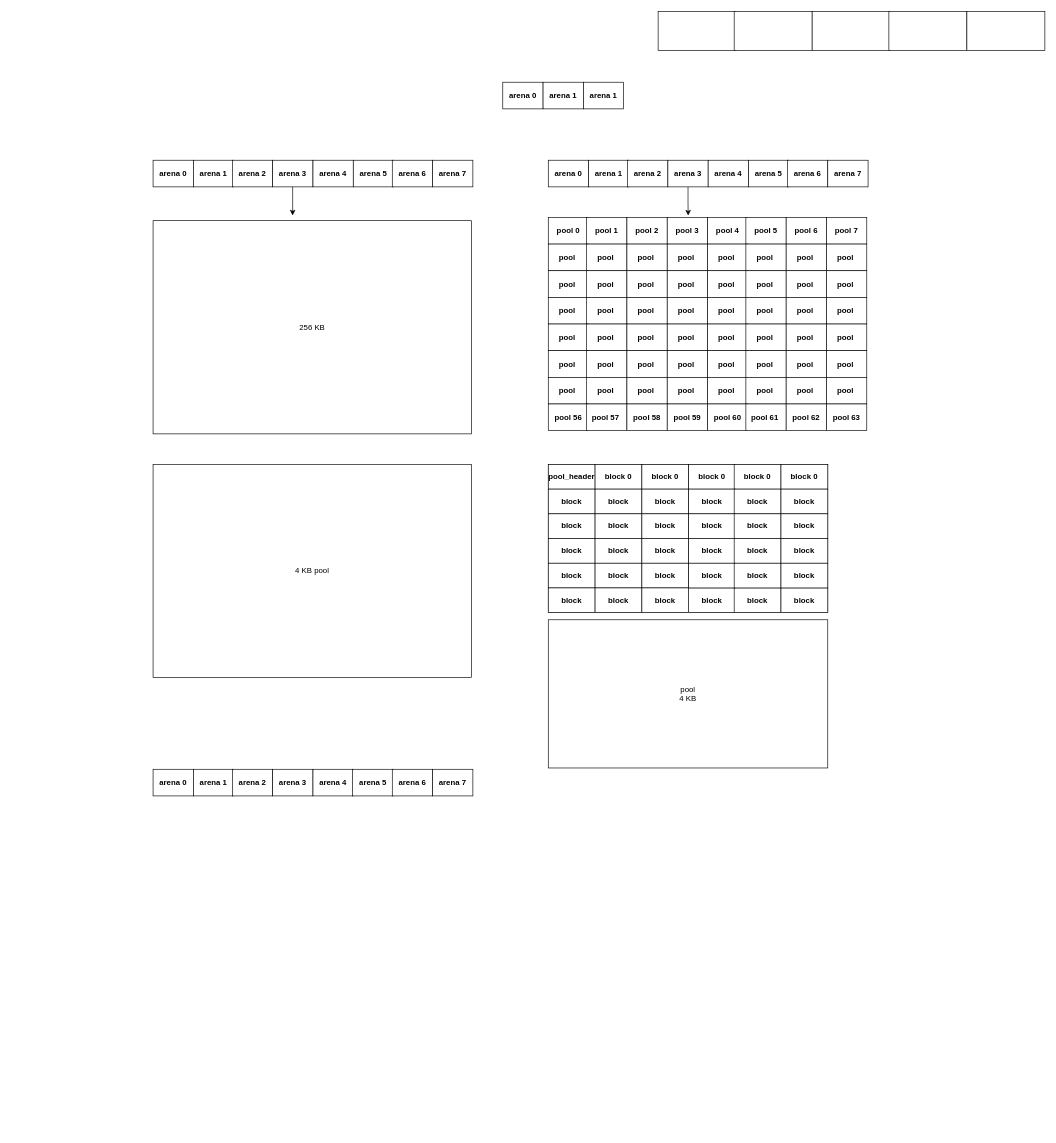
Before: maze.drawio in prim/git, a draw.io diagram. Source tidied: cells renumbered, new cells numbered last; positions are measured from the earlier drawing's top-left corner, leaving out a move shared by most shapes. Both pictures are drawn from the tidied source at 65%, with x=0, y=0 at pixel (153, 11).
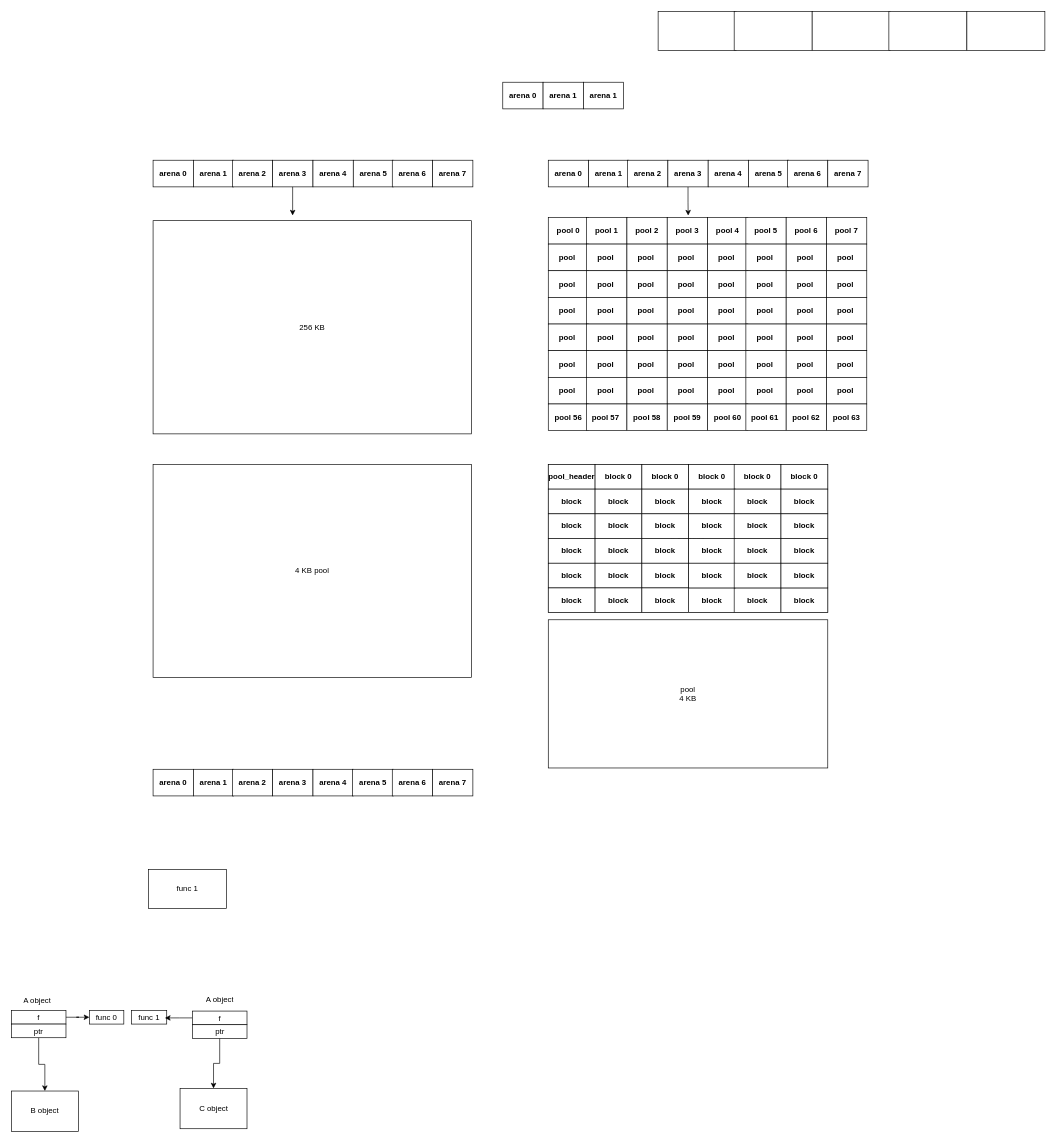
Above is the later version.

Change to the diagram source:
```diff
@@
+    <mxCell id="140" value="func 1" style="rounded=0;whiteSpace=wrap;html=1;" parent="1" vertex="1">
+      <mxGeometry x="-7" y="1320" width="120" height="60" as="geometry" />
+    </mxCell>
+    <mxCell id="141" value="B object" style="rounded=0;whiteSpace=wrap;html=1;" parent="1" vertex="1">
+      <mxGeometry x="-218" y="1661" width="103" height="62" as="geometry" />
+    </mxCell>
+    <mxCell id="142" style="edgeStyle=orthogonalEdgeStyle;rounded=0;jettySize=auto;html=1;" parent="1" edge="1" source="143" target="144">
+      <mxGeometry relative="1" as="geometry" />
+    </mxCell>
+    <mxCell id="143" value="f" style="rounded=0;whiteSpace=wrap;html=1;" parent="1" vertex="1">
+      <mxGeometry x="-218" y="1537" width="84" height="21" as="geometry" />
+    </mxCell>
+    <mxCell id="144" value="func 0" style="rounded=0;whiteSpace=wrap;html=1;" parent="1" vertex="1">
+      <mxGeometry x="-98" y="1537" width="53" height="21" as="geometry" />
+    </mxCell>
+    <mxCell id="145" value="func 1" style="rounded=0;whiteSpace=wrap;html=1;" parent="1" vertex="1">
+      <mxGeometry x="-33" y="1537" width="54" height="21" as="geometry" />
+    </mxCell>
+    <mxCell id="146" style="edgeStyle=orthogonalEdgeStyle;rounded=0;jettySize=auto;html=1;entryX=0.5;entryY=0;entryDx=0;entryDy=0;" parent="1" edge="1" source="147" target="141">
+      <mxGeometry relative="1" as="geometry" />
+    </mxCell>
+    <mxCell id="147" value="ptr" style="rounded=0;whiteSpace=wrap;html=1;" parent="1" vertex="1">
+      <mxGeometry x="-218" y="1558" width="84" height="21" as="geometry" />
+    </mxCell>
+    <mxCell id="148" value="C object" style="rounded=0;whiteSpace=wrap;html=1;" parent="1" vertex="1">
+      <mxGeometry x="41.5" y="1657" width="103" height="62" as="geometry" />
+    </mxCell>
+    <mxCell id="149" style="edgeStyle=orthogonalEdgeStyle;rounded=0;jettySize=auto;html=1;entryX=0.948;entryY=0.548;entryDx=0;entryDy=0;entryPerimeter=0;" parent="1" edge="1" source="150" target="145">
+      <mxGeometry relative="1" as="geometry" />
+    </mxCell>
+    <mxCell id="150" value="f" style="rounded=0;whiteSpace=wrap;html=1;" parent="1" vertex="1">
+      <mxGeometry x="60.5" y="1538" width="84" height="21" as="geometry" />
+    </mxCell>
+    <mxCell id="151" style="edgeStyle=orthogonalEdgeStyle;rounded=0;jettySize=auto;html=1;" parent="1" edge="1" source="152" target="148">
+      <mxGeometry relative="1" as="geometry" />
+    </mxCell>
+    <mxCell id="152" value="ptr" style="rounded=0;whiteSpace=wrap;html=1;" parent="1" vertex="1">
+      <mxGeometry x="60.5" y="1559" width="84" height="21" as="geometry" />
+    </mxCell>
+    <mxCell id="153" value="A object" style="text;html=1;strokeColor=none;fillColor=none;align=center;verticalAlign=middle;whiteSpace=wrap;overflow=hidden;" parent="1" vertex="1">
+      <mxGeometry x="-218" y="1512" width="80" height="20" as="geometry" />
+    </mxCell>
+    <mxCell id="154" value="A object" style="text;html=1;strokeColor=none;fillColor=none;align=center;verticalAlign=middle;whiteSpace=wrap;overflow=hidden;" parent="1" vertex="1">
+      <mxGeometry x="62.5" y="1510" width="80" height="20" as="geometry" />
+    </mxCell>
```
